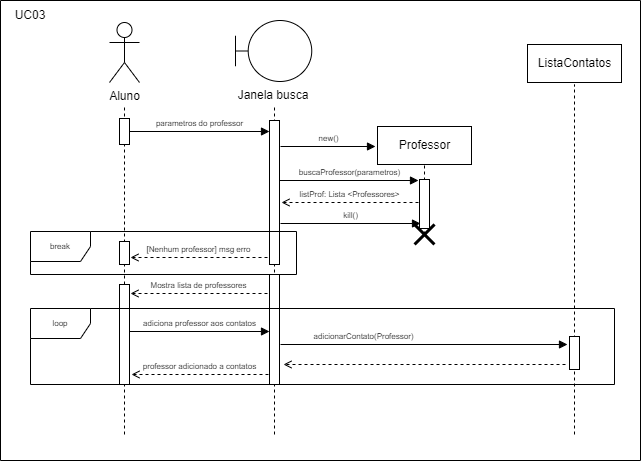
Before: diagramasDeSequenciaCompletos/3. BuscaProfessor.drawio.png, a diagram exported from draw.io (EijiDogen/BrainForHire). Source tidied: cells renumbered, new cells last; positions are measured from the earlier drawing's top-left corner, leaving out a move shared by most shapes.
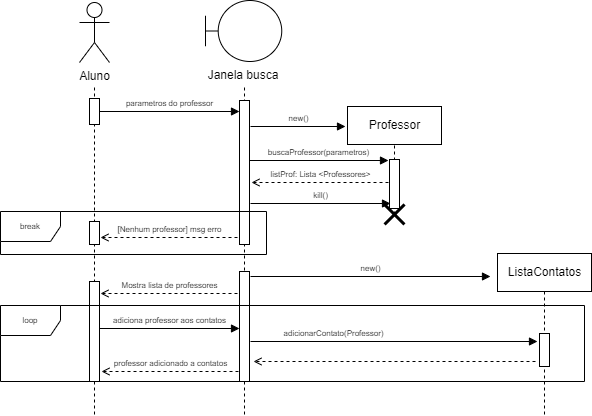
Later version of the same file.

What changed in the source:
```diff
@@ -1,13 +1,6 @@
 <mxGraphModel>
   <root>
     <mxCell id="0" />
-    <mxCell id="1" value="Contorno" parent="0" />
-    <mxCell id="2" style="swimlane;startSize=0;rounded=0;" parent="1" vertex="1">
-      <mxGeometry width="640" height="460" as="geometry" />
-    </mxCell>
-    <mxCell id="3" value="UC03" style="text;html=1;strokeColor=none;fillColor=none;align=center;verticalAlign=middle;whiteSpace=wrap;rounded=0;" parent="2" vertex="1">
-      <mxGeometry width="60" height="30" as="geometry" />
-    </mxCell>
     <mxCell id="4" parent="0" />
     <mxCell id="5" style="endArrow=none;dashed=1;html=1;rounded=0;" parent="4" edge="1">
       <mxGeometry relative="1" as="geometry">
@@ -24,7 +17,7 @@
     <mxCell id="7" style="endArrow=none;dashed=1;html=1;rounded=0;" parent="4" edge="1">
       <mxGeometry relative="1" as="geometry">
         <mxPoint x="574" y="434" as="sourcePoint" />
-        <mxPoint x="574" y="84" as="targetPoint" />
+        <mxPoint x="574" y="310" as="targetPoint" />
       </mxGeometry>
     </mxCell>
     <mxCell id="8" value="Aluno" style="shape=umlActor;verticalLabelPosition=bottom;verticalAlign=top;html=1;rounded=0;" parent="4" vertex="1">
@@ -85,45 +78,45 @@
       </mxGeometry>
     </mxCell>
     <mxCell id="21" style="html=1;perimeter=orthogonalPerimeter;rounded=0;" parent="4" vertex="1">
-      <mxGeometry x="269" y="274" width="10" height="110" as="geometry" />
+      <mxGeometry x="269" y="291" width="10" height="110" as="geometry" />
     </mxCell>
     <mxCell id="22" value="Mostra lista de professores" style="html=1;verticalAlign=bottom;endArrow=open;rounded=0;fontSize=8;endFill=0;dashed=1;" parent="4" edge="1">
       <mxGeometry relative="1" as="geometry">
-        <mxPoint x="267" y="293" as="sourcePoint" />
-        <mxPoint x="130" y="293" as="targetPoint" />
+        <mxPoint x="267" y="313" as="sourcePoint" />
+        <mxPoint x="130" y="313" as="targetPoint" />
       </mxGeometry>
     </mxCell>
     <mxCell id="23" style="html=1;perimeter=orthogonalPerimeter;rounded=0;" parent="4" vertex="1">
-      <mxGeometry x="119" y="284" width="10" height="100" as="geometry" />
+      <mxGeometry x="119" y="301" width="10" height="100" as="geometry" />
     </mxCell>
     <mxCell id="24" value="adiciona professor aos contatos" style="html=1;verticalAlign=bottom;endArrow=block;rounded=0;fontSize=8;" parent="4" edge="1">
       <mxGeometry relative="1" as="geometry">
-        <mxPoint x="129" y="331" as="sourcePoint" />
-        <mxPoint x="269" y="331" as="targetPoint" />
+        <mxPoint x="129" y="348" as="sourcePoint" />
+        <mxPoint x="269" y="348" as="targetPoint" />
       </mxGeometry>
     </mxCell>
     <mxCell id="25" value="ListaContatos" style="html=1;rounded=0;" parent="4" vertex="1">
-      <mxGeometry x="527" y="44" width="94" height="38" as="geometry" />
+      <mxGeometry x="527" y="273" width="94" height="38" as="geometry" />
     </mxCell>
     <mxCell id="26" value="adicionarContato(Professor)" style="html=1;verticalAlign=bottom;endArrow=block;rounded=0;fontSize=8;" parent="4" edge="1">
       <mxGeometry x="-0.42" relative="1" as="geometry">
-        <mxPoint x="280" y="344" as="sourcePoint" />
-        <mxPoint x="567" y="344" as="targetPoint" />
+        <mxPoint x="280" y="361" as="sourcePoint" />
+        <mxPoint x="567" y="361" as="targetPoint" />
       </mxGeometry>
     </mxCell>
     <mxCell id="27" style="html=1;perimeter=orthogonalPerimeter;rounded=0;" parent="4" vertex="1">
-      <mxGeometry x="569" y="336" width="10" height="33" as="geometry" />
+      <mxGeometry x="569" y="353" width="10" height="33" as="geometry" />
     </mxCell>
     <mxCell id="28" style="html=1;verticalAlign=bottom;endArrow=open;rounded=0;fontSize=8;endFill=0;dashed=1;" parent="4" edge="1">
       <mxGeometry x="-0.71" relative="1" as="geometry">
-        <mxPoint x="565" y="364" as="sourcePoint" />
-        <mxPoint x="283" y="364" as="targetPoint" />
+        <mxPoint x="565" y="381" as="sourcePoint" />
+        <mxPoint x="283" y="381" as="targetPoint" />
       </mxGeometry>
     </mxCell>
     <mxCell id="29" value="professor adicionado a contatos" style="html=1;verticalAlign=bottom;endArrow=open;rounded=0;fontSize=8;endFill=0;dashed=1;" parent="4" edge="1">
       <mxGeometry relative="1" as="geometry">
-        <mxPoint x="268" y="374" as="sourcePoint" />
-        <mxPoint x="131" y="374" as="targetPoint" />
+        <mxPoint x="268" y="391" as="sourcePoint" />
+        <mxPoint x="131" y="391" as="targetPoint" />
       </mxGeometry>
     </mxCell>
     <mxCell id="30" style="shape=umlDestroy;whiteSpace=wrap;html=1;strokeWidth=3;fontSize=8;rounded=0;" parent="4" vertex="1">
@@ -135,13 +128,19 @@
         <mxPoint x="420" y="223" as="targetPoint" />
       </mxGeometry>
     </mxCell>
+    <mxCell id="36" value="new()" style="html=1;verticalAlign=bottom;endArrow=block;rounded=0;fontSize=8;" parent="4" edge="1">
+      <mxGeometry relative="1" as="geometry">
+        <mxPoint x="280" y="296" as="sourcePoint" />
+        <mxPoint x="520" y="296" as="targetPoint" />
+      </mxGeometry>
+    </mxCell>
     <mxCell id="32" value="Camada sem nome" parent="0" />
     <mxCell id="33" value="Frames" parent="0" />
     <mxCell id="34" value="break" style="shape=umlFrame;whiteSpace=wrap;html=1;fontSize=8;rounded=0;" parent="33" vertex="1">
       <mxGeometry x="30" y="231" width="266" height="43" as="geometry" />
     </mxCell>
     <mxCell id="35" value="loop" style="shape=umlFrame;whiteSpace=wrap;html=1;fontSize=8;rounded=0;" parent="33" vertex="1">
-      <mxGeometry x="30" y="308" width="584" height="76" as="geometry" />
+      <mxGeometry x="30" y="325" width="584" height="76" as="geometry" />
     </mxCell>
   </root>
 </mxGraphModel>
```
